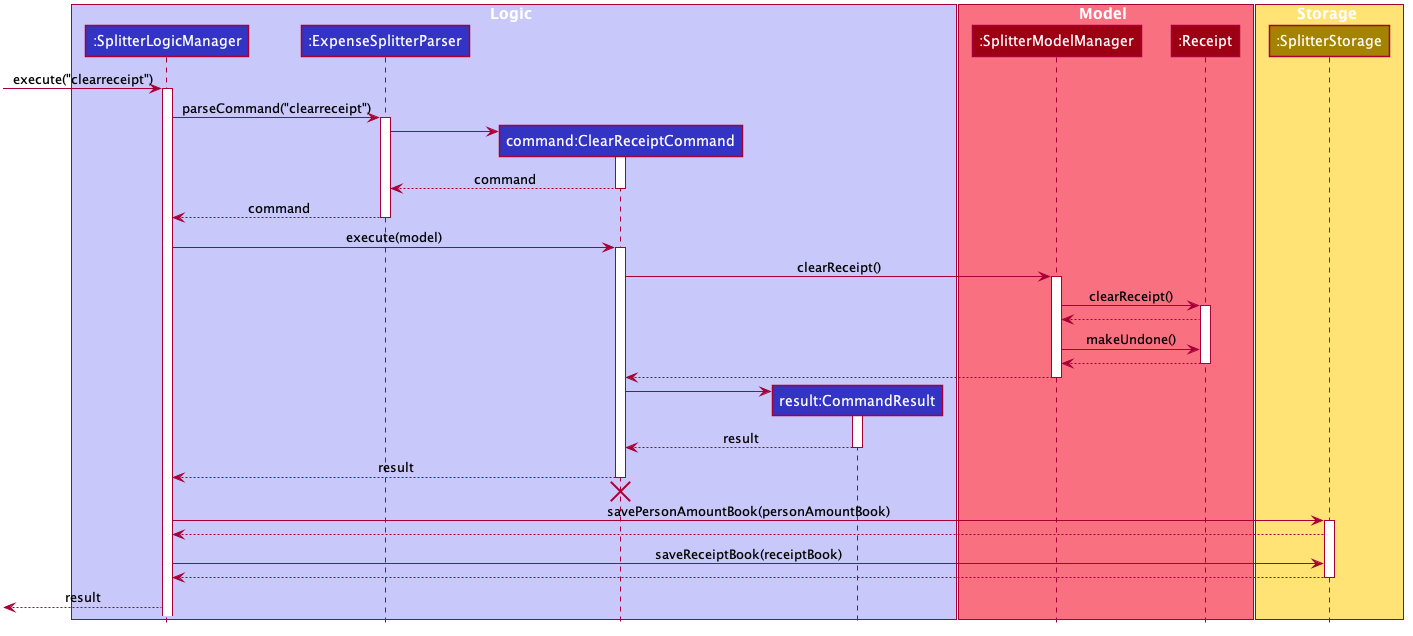
This is images/ExpenseSplitterClearReceiptCommandSequenceDiagram.png from AY1920S2-CS2103T-W13-1/main, a PlantUML export, as it was before one commit.
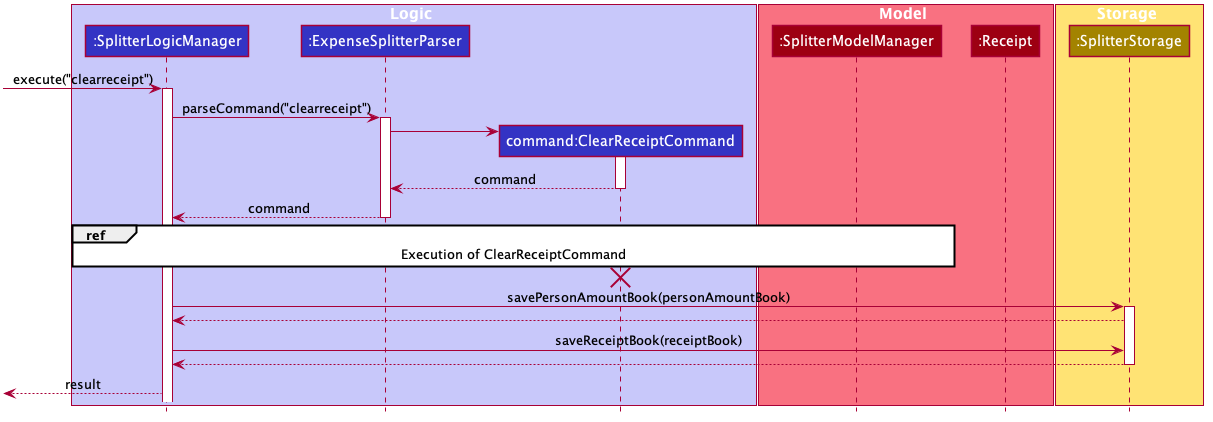
Later version of the same file.

The edit, as a diff of the source:
```diff
@@ -52,7 +52,6 @@
 participant ":SplitterLogicManager" as SplitterLogicManager #3333C4
 participant ":ExpenseSplitterParser" as ExpenseSplitterParser #3333C4
 participant "command:ClearReceiptCommand" as ClearReceiptCommand #3333C4
-participant "result:CommandResult" as CommandResult #3333C4
 end box
 
 box Model #F97181
@@ -80,33 +79,8 @@
 ExpenseSplitterParser --> SplitterLogicManager : command
 deactivate ExpenseSplitterParser
 
-SplitterLogicManager -> ClearReceiptCommand : execute(model)
-activate ClearReceiptCommand
+ref over SplitterLogicManager, SplitterModelManager: Execution of ClearReceiptCommand
 
-ClearReceiptCommand -> SplitterModelManager : clearReceipt()
-activate SplitterModelManager
-
-SplitterModelManager -> Receipt : clearReceipt()
-activate Receipt
-Receipt --> SplitterModelManager
-
-SplitterModelManager -> Receipt : makeUndone()
-Receipt --> SplitterModelManager
-
-deactivate Receipt
-
-SplitterModelManager --> ClearReceiptCommand
-deactivate SplitterModelManager
-
-create CommandResult
-ClearReceiptCommand -> CommandResult
-activate CommandResult
-
-CommandResult --> ClearReceiptCommand : result
-deactivate CommandResult
-
-ClearReceiptCommand --> SplitterLogicManager : result
-deactivate ClearReceiptCommand
 ClearReceiptCommand -[hidden]-> SplitterLogicManager
 destroy ClearReceiptCommand
 
```
